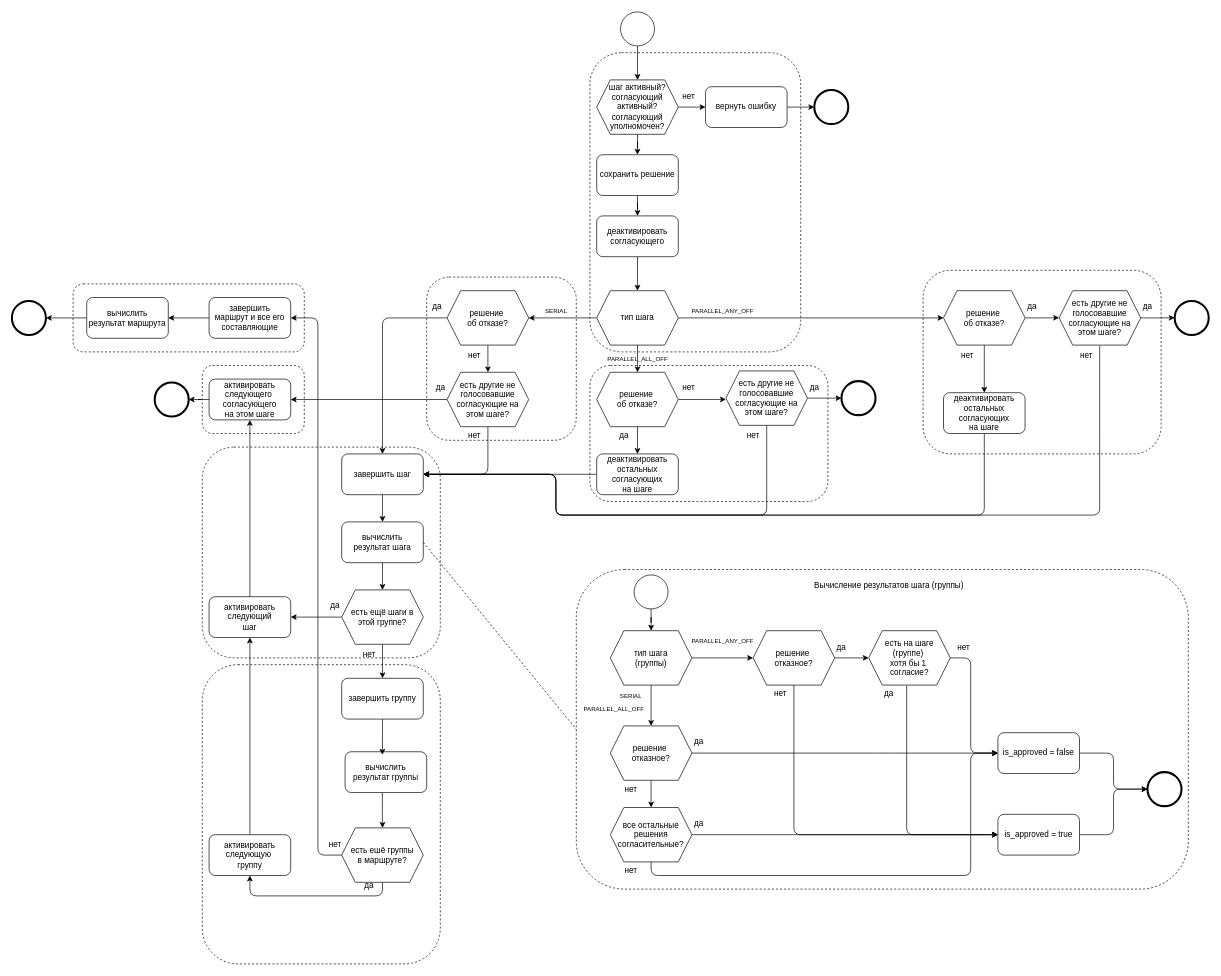
This is docs/make-decision-sequence.drawio from MikhailEpatko/approve, a draw.io file, before an edit. Source tidied: cells renumbered, new cells numbered last; positions are measured from the earlier drawing's top-left corner, leaving out a move shared by most shapes. Both pictures are drawn from the tidied source at 68%, with x=0, y=0 at pixel (12, 12).
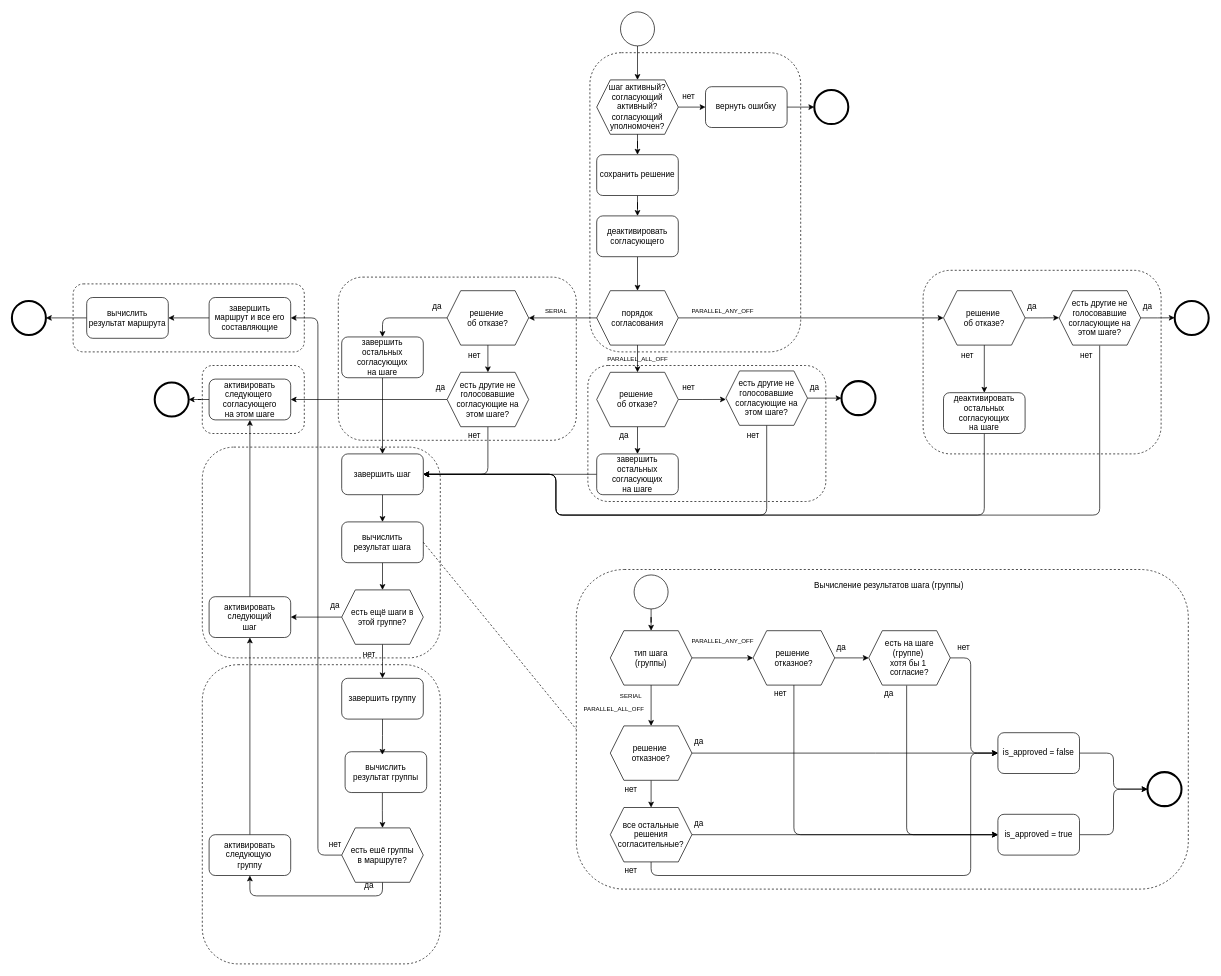
The same diagram, later.

The change refers to these unchanged cells:
```xml
<mxCell id="30" value="решение&amp;nbsp;&lt;div&gt;об отказе?&lt;/div&gt;" style="shape=hexagon;perimeter=hexagonPerimeter2;whiteSpace=wrap;html=1;fixedSize=1;" parent="1" vertex="1">
  <mxGeometry x="640" y="410" width="120" height="80" as="geometry" />
</mxCell>
<mxCell id="61" value="завершить шаг" style="rounded=1;whiteSpace=wrap;html=1;" parent="1" vertex="1">
  <mxGeometry x="485" y="650" width="120" height="60" as="geometry" />
</mxCell>
```

The edit, as a diff of the source:
```diff
@@
     <mxCell id="7" style="rounded=1;whiteSpace=wrap;html=1;fillColor=none;dashed=1;" parent="1" vertex="1">
-      <mxGeometry x="610" y="390" width="220" height="240" as="geometry" />
+      <mxGeometry x="480" y="390" width="350" height="240" as="geometry" />
     </mxCell>
     <mxCell id="8" style="rounded=1;whiteSpace=wrap;html=1;fillColor=none;dashed=1;" parent="1" vertex="1">
-      <mxGeometry x="850" y="520" width="350" height="200" as="geometry" />
+      <mxGeometry x="847" y="520" width="350" height="200" as="geometry" />
     </mxCell>
@@
-    <mxCell id="24" value="тип шага" style="shape=hexagon;perimeter=hexagonPerimeter2;whiteSpace=wrap;html=1;fixedSize=1;" parent="1" vertex="1">
+    <mxCell id="24" value="порядок согласования" style="shape=hexagon;perimeter=hexagonPerimeter2;whiteSpace=wrap;html=1;fixedSize=1;" parent="1" vertex="1">
       <mxGeometry x="860" y="410" width="120" height="80" as="geometry" />
     </mxCell>
@@
-    <mxCell id="28" style="edgeStyle=orthogonalEdgeStyle;rounded=1;jettySize=auto;html=1;entryX=0.5;entryY=0;entryDx=0;entryDy=0;curved=0;" parent="1" edge="1" source="30" target="61">
+    <mxCell id="28" style="edgeStyle=orthogonalEdgeStyle;rounded=1;jettySize=auto;html=1;entryX=0.5;entryY=0;entryDx=0;entryDy=0;curved=0;" parent="1" edge="1" source="30" target="133">
       <mxGeometry relative="1" as="geometry" />
     </mxCell>
@@
-    <mxCell id="88" value="деактивировать&lt;div&gt;остальных согласующих&lt;/div&gt;&lt;div&gt;на шаге&lt;/div&gt;" style="rounded=1;whiteSpace=wrap;html=1;" parent="1" vertex="1">
+    <mxCell id="88" value="завершить&lt;div&gt;остальных согласующих&lt;/div&gt;&lt;div&gt;на шаге&lt;/div&gt;" style="rounded=1;whiteSpace=wrap;html=1;" parent="1" vertex="1">
       <mxGeometry x="860" y="650" width="120" height="60" as="geometry" />
     </mxCell>
@@
+    <mxCell id="132" style="edgeStyle=orthogonalEdgeStyle;rounded=0;jettySize=auto;html=1;" parent="1" edge="1" source="133" target="61">
+      <mxGeometry relative="1" as="geometry" />
+    </mxCell>
+    <mxCell id="133" value="завершить&lt;div&gt;остальных согласующих&lt;/div&gt;&lt;div&gt;на шаге&lt;/div&gt;" style="rounded=1;whiteSpace=wrap;html=1;" parent="1" vertex="1">
+      <mxGeometry x="485" y="478" width="120" height="60" as="geometry" />
+    </mxCell>
```
